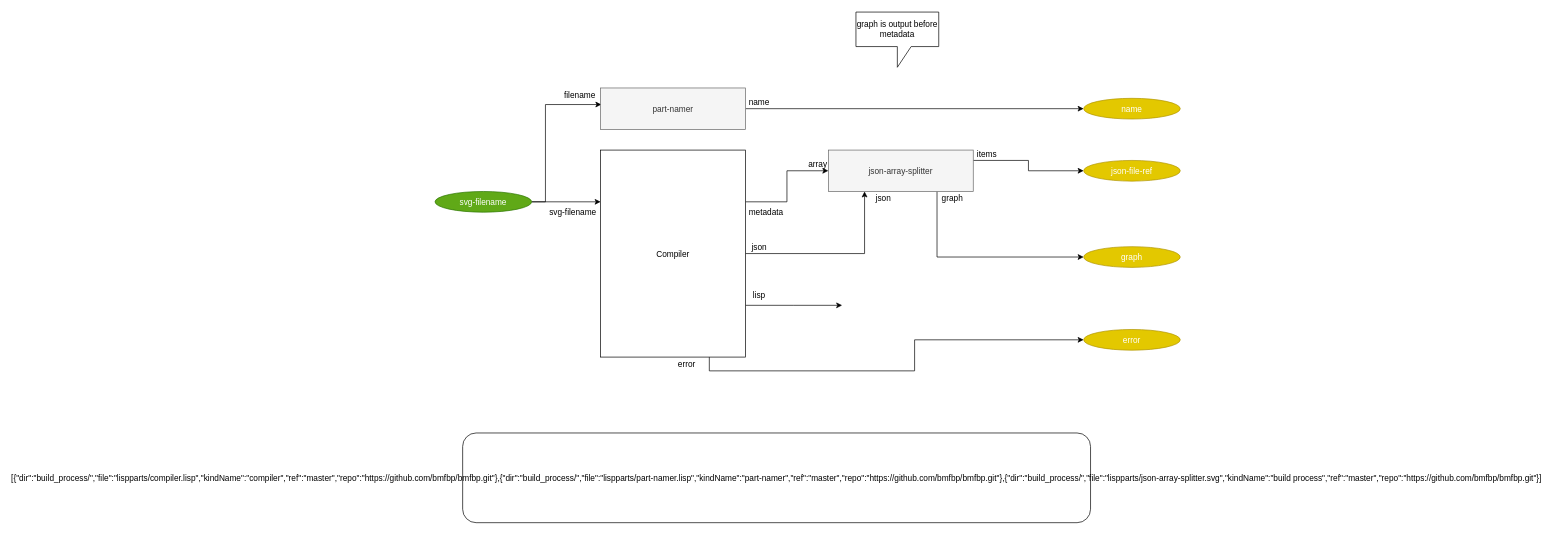
Before: page "3. compile-single-diagram" (4 of 5) of build_process/cl-build/build.drawio in bmfbp/bmfbp, a draw.io diagram. Source tidied: cells renumbered, new cells numbered last; positions are measured from the earlier drawing's top-left corner, leaving out a move shared by most shapes. Both pictures are drawn from the tidied source at 69%, with x=0, y=0 at pixel (435, 12).
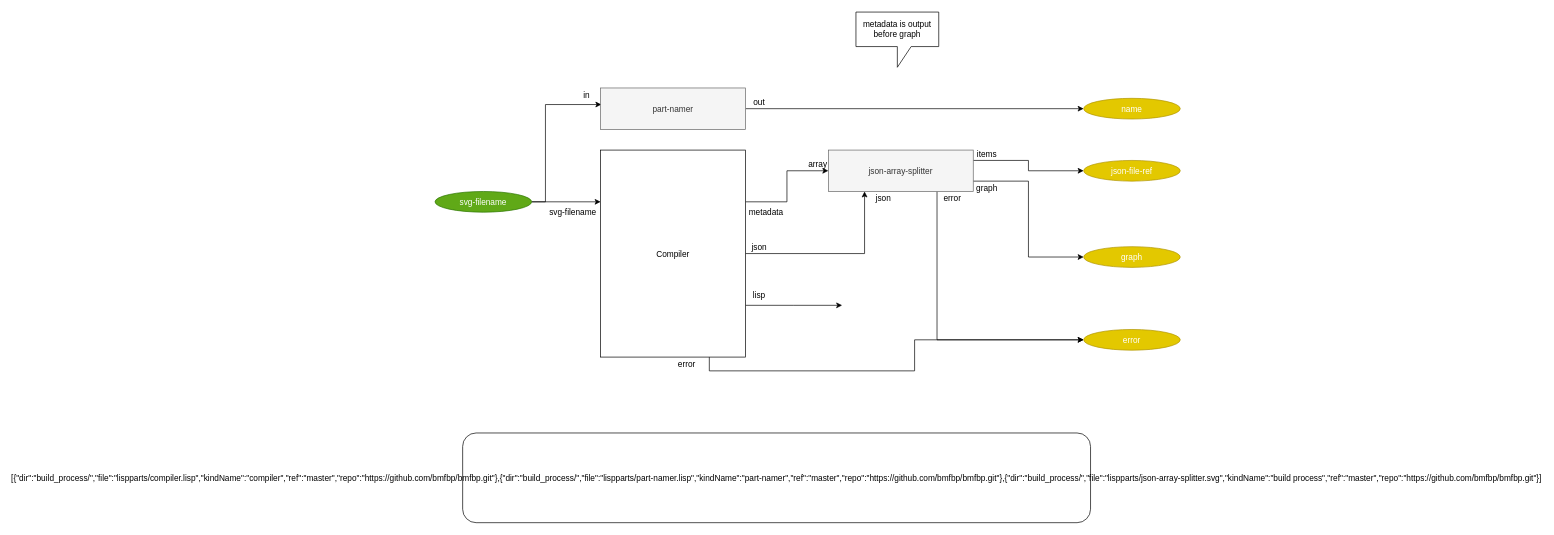
The same diagram, later.

Unchanged cells that the change refers to:
```xml
<mxCell id="15" value="json-array-splitter" style="rounded=0;align=center;fillColor=#f5f5f5;strokeColor=#666666;fontColor=#333333;" parent="1" vertex="1">
  <mxGeometry x="570" y="200" width="210" height="60" as="geometry" />
</mxCell>
<mxCell id="17" value="graph" style="ellipse;fillColor=#e3c800;strokeColor=#B09500;fontColor=#ffffff;" parent="1" vertex="1">
  <mxGeometry x="940" y="340" width="140" height="30" as="geometry" />
</mxCell>
<mxCell id="18" value="error" style="ellipse;fillColor=#e3c800;strokeColor=#B09500;fontColor=#ffffff;" parent="1" vertex="1">
  <mxGeometry x="940" y="460" width="140" height="30" as="geometry" />
</mxCell>
```

What changed in the source:
```diff
@@
-    <mxCell id="14" style="edgeStyle=orthogonalEdgeStyle;rounded=0;jettySize=auto;html=1;exitX=0.75;exitY=1;exitDx=0;exitDy=0;entryX=0;entryY=0.5;entryDx=0;entryDy=0;" parent="1" edge="1" source="15" target="17">
+    <mxCell id="14" style="edgeStyle=orthogonalEdgeStyle;rounded=0;jettySize=auto;html=1;exitX=1;exitY=0.75;exitDx=0;exitDy=0;entryX=0;entryY=0.5;entryDx=0;entryDy=0;" parent="1" edge="1" source="15" target="17">
       <mxGeometry relative="1" as="geometry" />
     </mxCell>
+    <mxCell id="32" style="edgeStyle=orthogonalEdgeStyle;rounded=0;jettySize=auto;html=1;exitX=0.75;exitY=1;exitDx=0;exitDy=0;entryX=0;entryY=0.5;entryDx=0;entryDy=0;" parent="1" edge="1" source="15" target="18">
+      <mxGeometry relative="1" as="geometry" />
+    </mxCell>
@@
-    <mxCell id="22" value="name" style="text;strokeColor=none;fillColor=none;align=center;verticalAlign=middle;rounded=0;" parent="1" vertex="1">
+    <mxCell id="22" value="out" style="text;strokeColor=none;fillColor=none;align=center;verticalAlign=middle;rounded=0;" parent="1" vertex="1">
       <mxGeometry x="450" y="120" width="40" height="20" as="geometry" />
     </mxCell>
@@
-    <mxCell id="26" value="filename" style="text;strokeColor=none;fillColor=none;align=center;verticalAlign=middle;rounded=0;" parent="1" vertex="1">
-      <mxGeometry x="180" y="110" width="60" height="20" as="geometry" />
+    <mxCell id="26" value="in" style="text;strokeColor=none;fillColor=none;align=center;verticalAlign=middle;rounded=0;" parent="1" vertex="1">
+      <mxGeometry x="210" y="110" width="20" height="20" as="geometry" />
     </mxCell>
@@
     <mxCell id="29" value="graph" style="text;strokeColor=none;fillColor=none;align=center;verticalAlign=middle;rounded=0;" parent="1" vertex="1">
-      <mxGeometry x="730" y="260" width="40" height="20" as="geometry" />
+      <mxGeometry x="780" y="245" width="40" height="20" as="geometry" />
     </mxCell>
-    <mxCell id="30" value="graph is output before metadata" style="shape=callout;whiteSpace=wrap;html=1;perimeter=calloutPerimeter;" parent="1" vertex="1">
+    <mxCell id="30" value="metadata is output before graph" style="shape=callout;whiteSpace=wrap;html=1;perimeter=calloutPerimeter;" parent="1" vertex="1">
       <mxGeometry x="610" width="120" height="80" as="geometry" />
     </mxCell>
@@
+    <mxCell id="33" value="error" style="text;strokeColor=none;fillColor=none;align=center;verticalAlign=middle;rounded=0;" parent="1" vertex="1">
+      <mxGeometry x="730" y="260" width="40" height="20" as="geometry" />
+    </mxCell>
```
